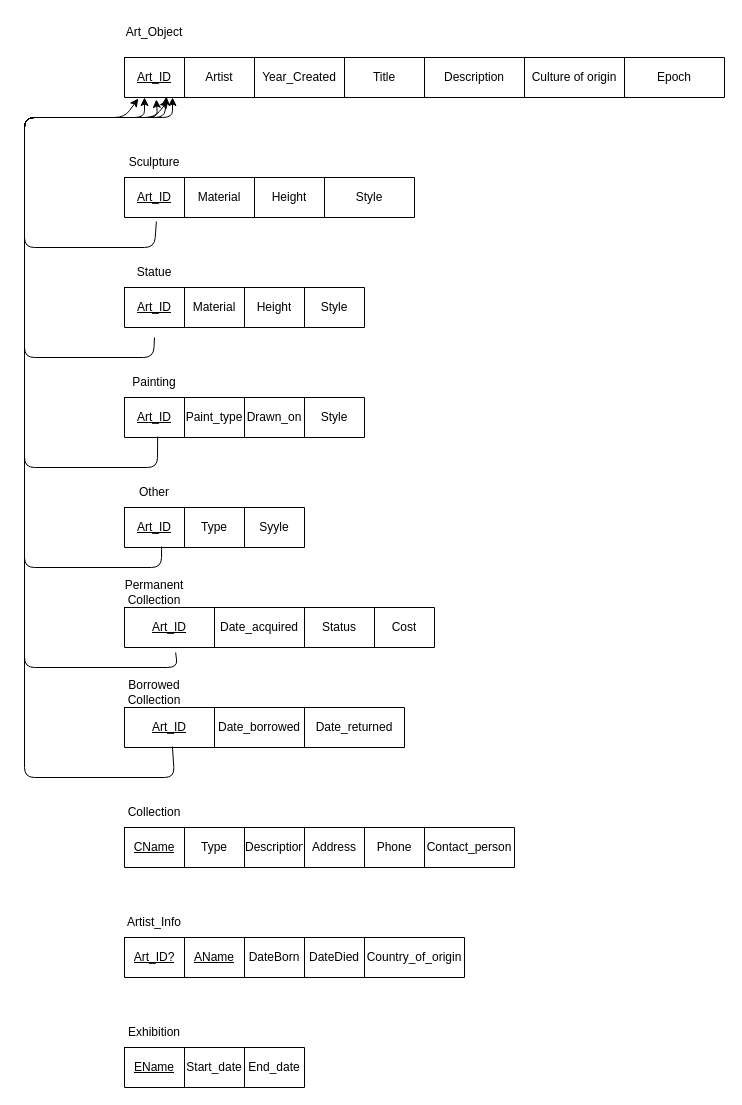
This is database design/relationalschema.drawio from ENSF-300-F23/museum-project-l02-group-22, a draw.io file, before an edit. Source tidied: cells renumbered, new cells numbered last; positions are measured from the earlier drawing's top-left corner, leaving out a move shared by most shapes. Both pictures are drawn from the tidied source at 100%, with x=0, y=0 at pixel (24, 17).
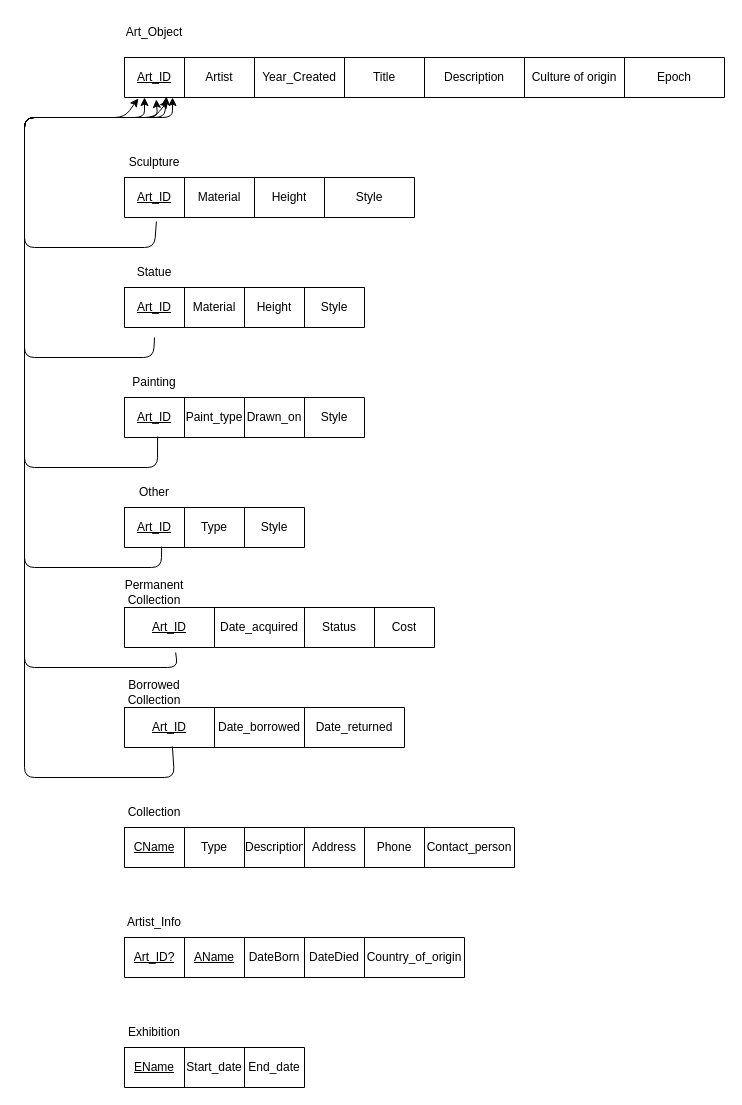
Above is the later version.

Commit message (it also covers changes not shown here):
Added more changes to EERD and schema

The change refers to these unchanged cells:
```xml
<mxCell id="30" style="shape=tableRow;horizontal=0;startSize=0;swimlaneHead=0;swimlaneBody=0;top=0;left=0;bottom=0;right=0;fillColor=none;points=[[0,0.5],[1,0.5]];portConstraint=eastwest;" parent="29" vertex="1">
  <mxGeometry width="180" height="40" as="geometry" />
</mxCell>
```

What changed in the source:
```diff
@@
-    <mxCell id="33" value="Syyle" style="shape=partialRectangle;html=1;whiteSpace=wrap;overflow=hidden;fillColor=none;top=0;left=0;bottom=0;right=0;" parent="30" vertex="1">
+    <mxCell id="33" value="Style" style="shape=partialRectangle;html=1;whiteSpace=wrap;overflow=hidden;fillColor=none;top=0;left=0;bottom=0;right=0;" parent="30" vertex="1">
       <mxGeometry x="120" width="60" height="40" as="geometry" />
     </mxCell>
```
